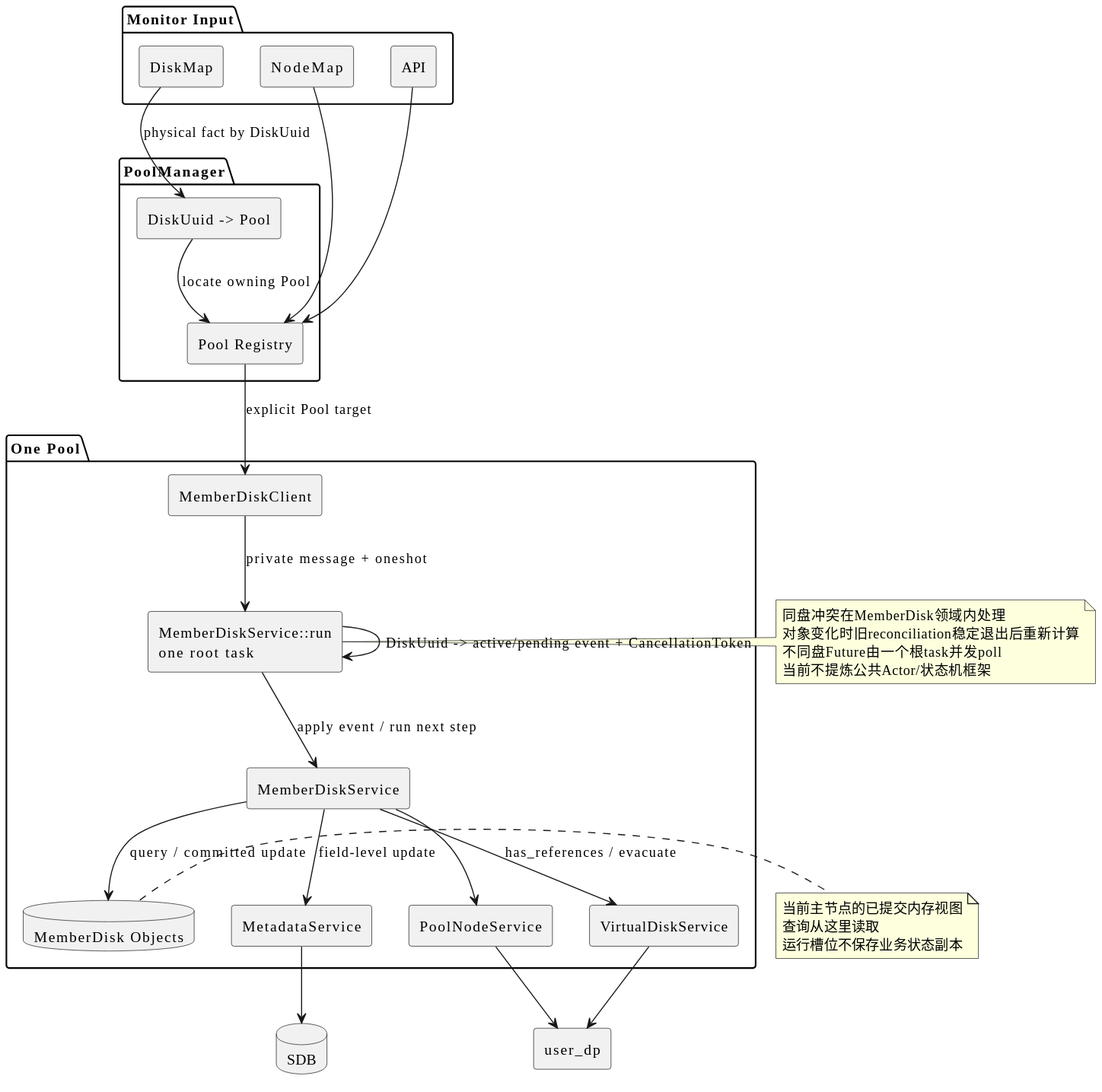
Above: docs/assets/hybrid-control-model.svg in limushu/runtime (PlantUML), before the change.
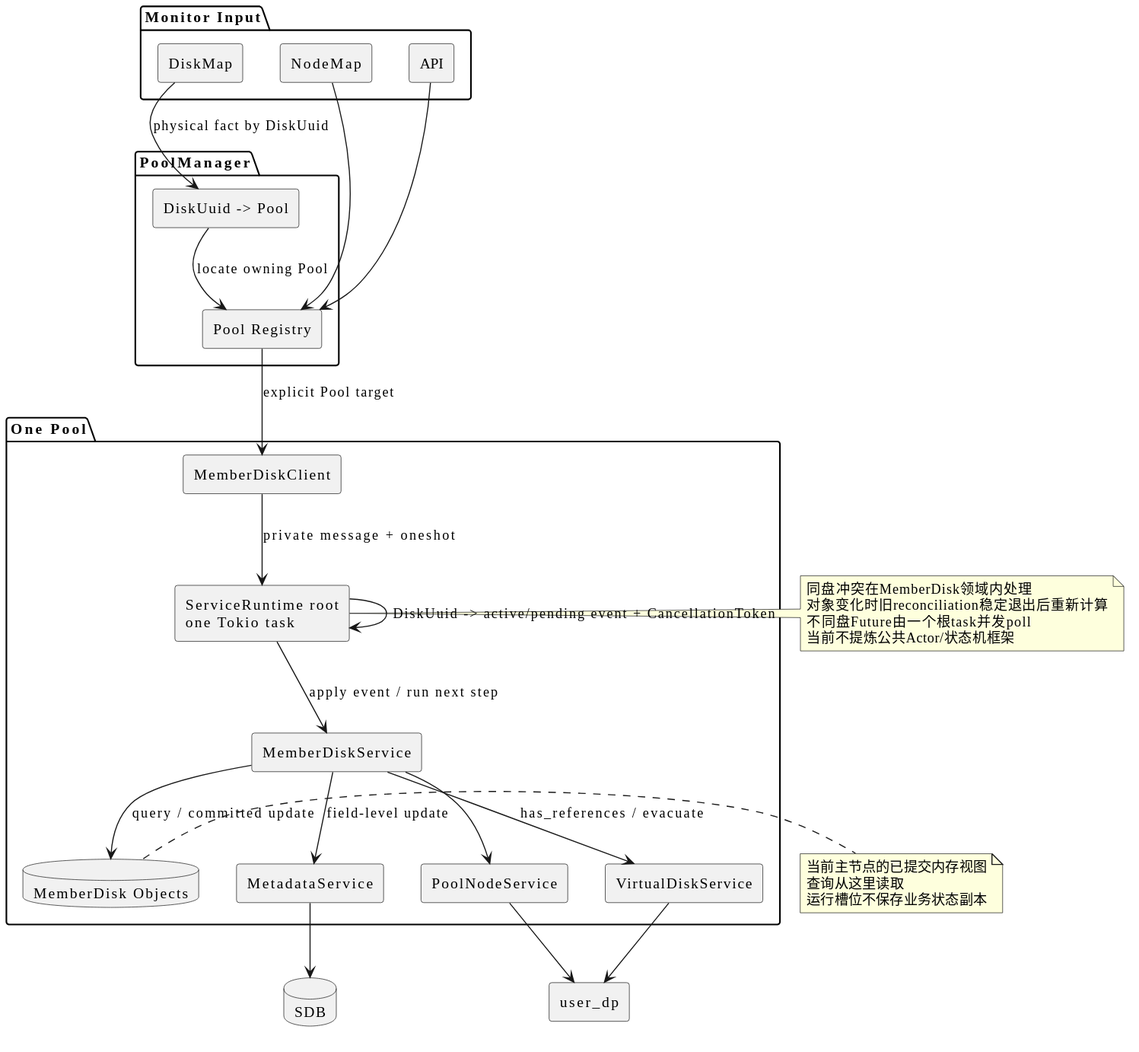
The same diagram one commit later.

The edit, as a diff of the source:
```diff
@@ -17,7 +17,7 @@
 
 package "One Pool" {
   component "MemberDiskClient" as Client
-  component "MemberDiskService::run\none root task" as Runtime
+  component "ServiceRuntime root\none Tokio task" as Runtime
   component "MemberDiskService" as Service
   database "MemberDisk Objects" as Objects
   component "MetadataService" as Metadata
```
